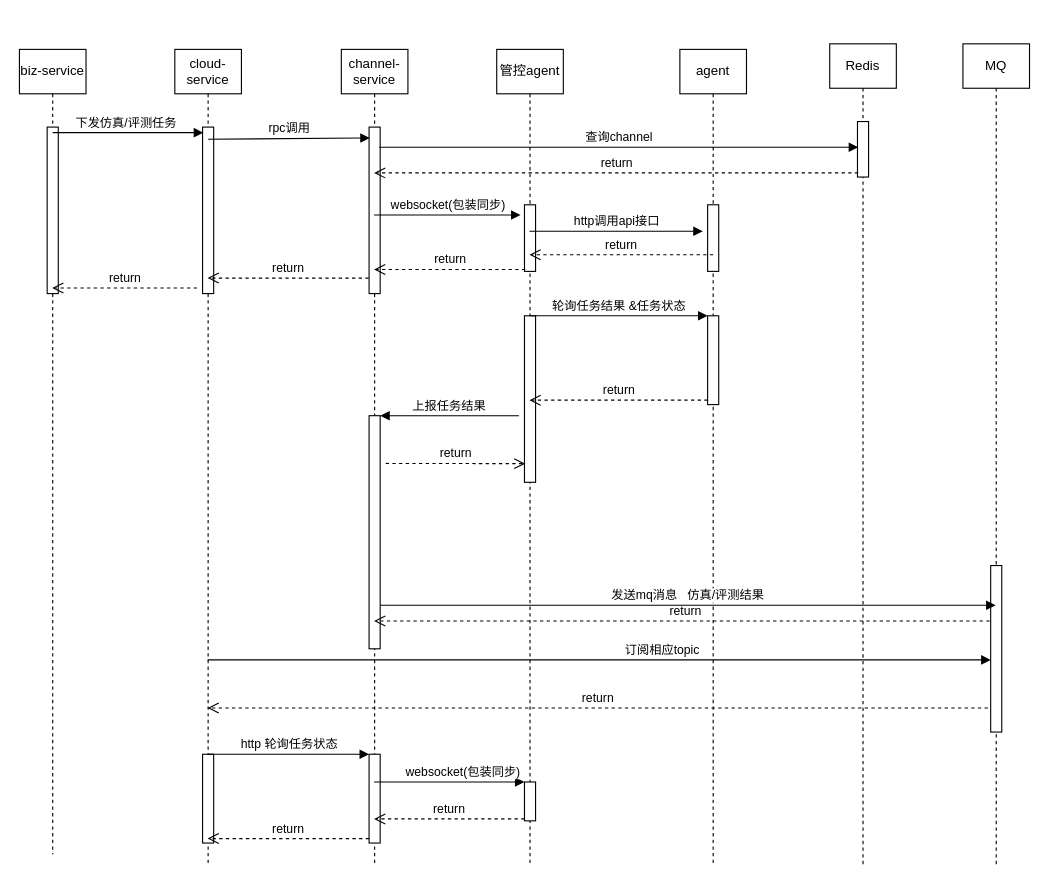
adwars/adwars keeps this draw.io diagram as page "第 1 页" (2 of 6) of 调度时序图.drawio. Above is the earlier version. Source tidied: cells renumbered, new cells numbered last; positions are measured from the earlier drawing's top-left corner, leaving out a move shared by most shapes. Both pictures are drawn from the tidied source at 111%, with x=0, y=0 at pixel (19, 43).
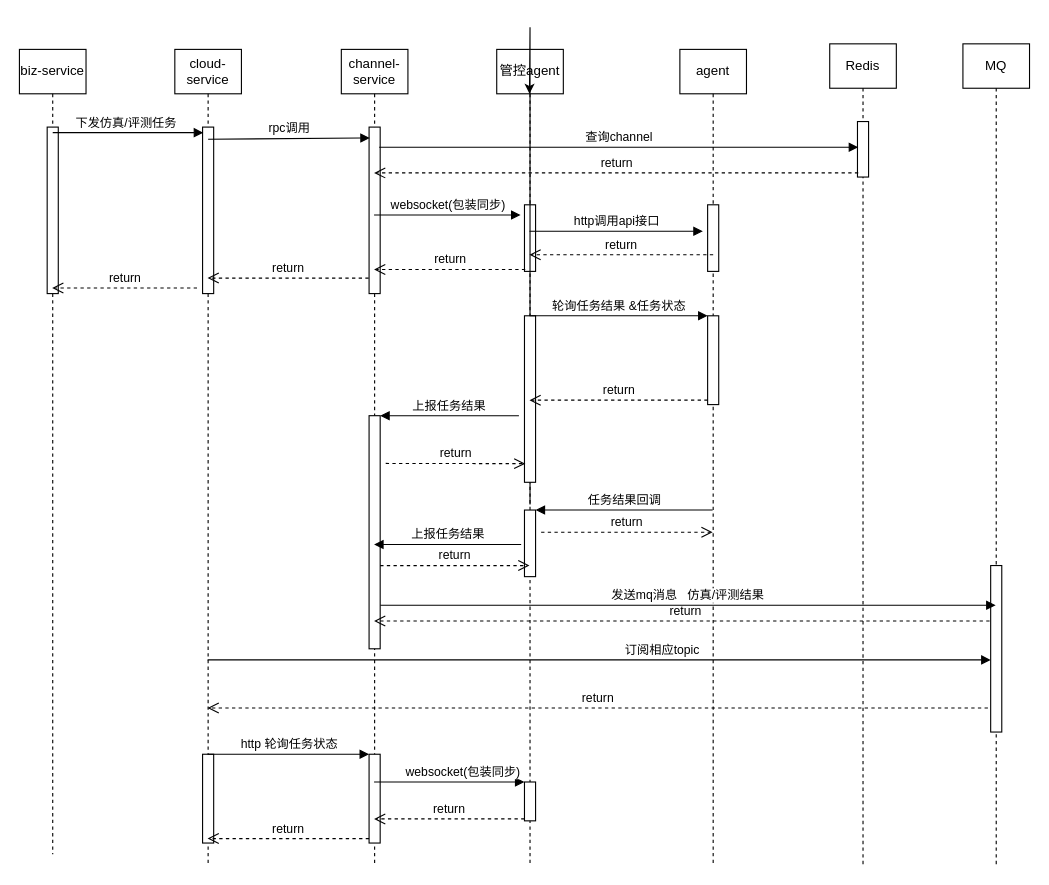
Above is the later version.

The change refers to these unchanged cells:
```xml
<mxCell id="5" value="channel-service" style="shape=umlLifeline;perimeter=lifelinePerimeter;whiteSpace=wrap;html=1;outlineConnect=0;" parent="1" vertex="1">
  <mxGeometry x="290" y="5" width="60" height="735" as="geometry" />
</mxCell>
<mxCell id="7" style="html=1;points=[];perimeter=orthogonalPerimeter;" parent="5" vertex="1">
  <mxGeometry x="25" y="330" width="10" height="210" as="geometry" />
</mxCell>
<mxCell id="9" value="管控agent" style="shape=umlLifeline;perimeter=lifelinePerimeter;whiteSpace=wrap;html=1;outlineConnect=0;" parent="1" vertex="1">
  <mxGeometry x="430" y="5" width="60" height="735" as="geometry" />
</mxCell>
<mxCell id="11" style="html=1;points=[];perimeter=orthogonalPerimeter;" parent="9" vertex="1">
  <mxGeometry x="25" y="240" width="10" height="150" as="geometry" />
</mxCell>
<mxCell id="13" value="agent" style="shape=umlLifeline;perimeter=lifelinePerimeter;whiteSpace=wrap;html=1;outlineConnect=0;" parent="1" vertex="1">
  <mxGeometry x="595" y="5" width="60" height="735" as="geometry" />
</mxCell>
```

What changed in the source:
```diff
@@
+    <mxCell id="44" style="edgeStyle=orthogonalEdgeStyle;rounded=0;jettySize=auto;html=1;" parent="9" edge="1" source="11" target="9">
+      <mxGeometry relative="1" as="geometry" />
+    </mxCell>
@@
+    <mxCell id="45" style="html=1;points=[];perimeter=orthogonalPerimeter;" parent="9" vertex="1">
+      <mxGeometry x="25" y="415" width="10" height="60" as="geometry" />
+    </mxCell>
@@
+    <mxCell id="46" value="任务结果回调" style="html=1;verticalAlign=bottom;endArrow=block;entryX=1;entryY=0;rounded=0;" parent="1" edge="1" source="13" target="45">
+      <mxGeometry relative="1" as="geometry" />
+    </mxCell>
+    <mxCell id="47" value="return" style="html=1;verticalAlign=bottom;endArrow=open;dashed=1;endSize=8;rounded=0;" parent="1" edge="1" target="13">
+      <mxGeometry relative="1" as="geometry">
+        <mxPoint x="470" y="440" as="sourcePoint" />
+      </mxGeometry>
+    </mxCell>
+    <mxCell id="48" value="上报任务结果" style="html=1;verticalAlign=bottom;endArrow=block;rounded=0;exitX=-0.3;exitY=0.517;exitDx=0;exitDy=0;exitPerimeter=0;" parent="1" edge="1" source="45" target="5">
+      <mxGeometry relative="1" as="geometry" />
+    </mxCell>
+    <mxCell id="49" value="return" style="html=1;verticalAlign=bottom;endArrow=open;dashed=1;endSize=8;rounded=0;exitX=1;exitY=0.643;exitDx=0;exitDy=0;exitPerimeter=0;" parent="1" edge="1" source="7" target="9">
+      <mxGeometry relative="1" as="geometry" />
+    </mxCell>
```
